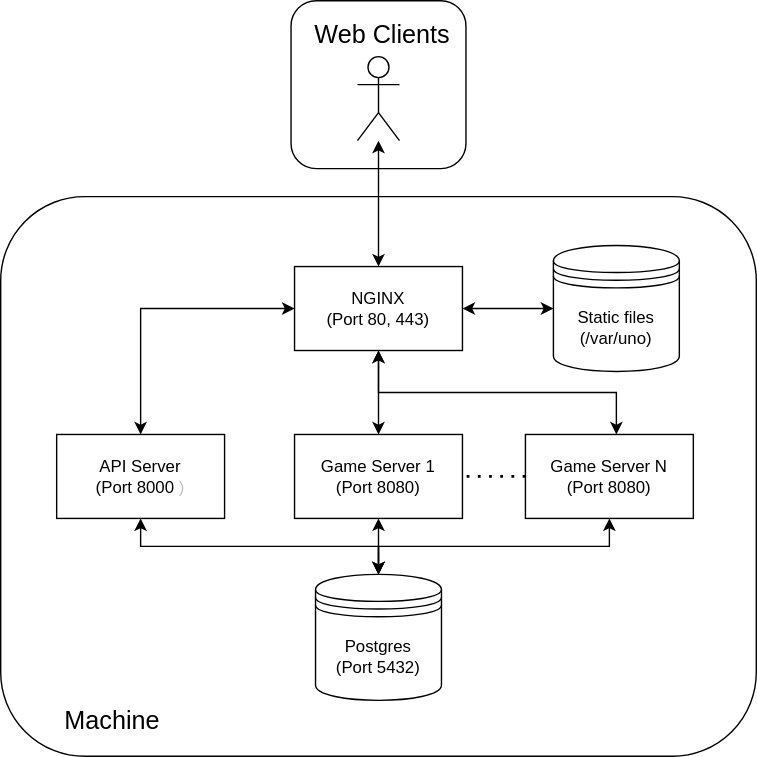
Above: docs/uno_arch.drawio.svg in olitroj/uno-online (draw.io), before the change. Source tidied: cells renumbered, new cells last; positions are measured from the earlier drawing's top-left corner, leaving out a move shared by most shapes.
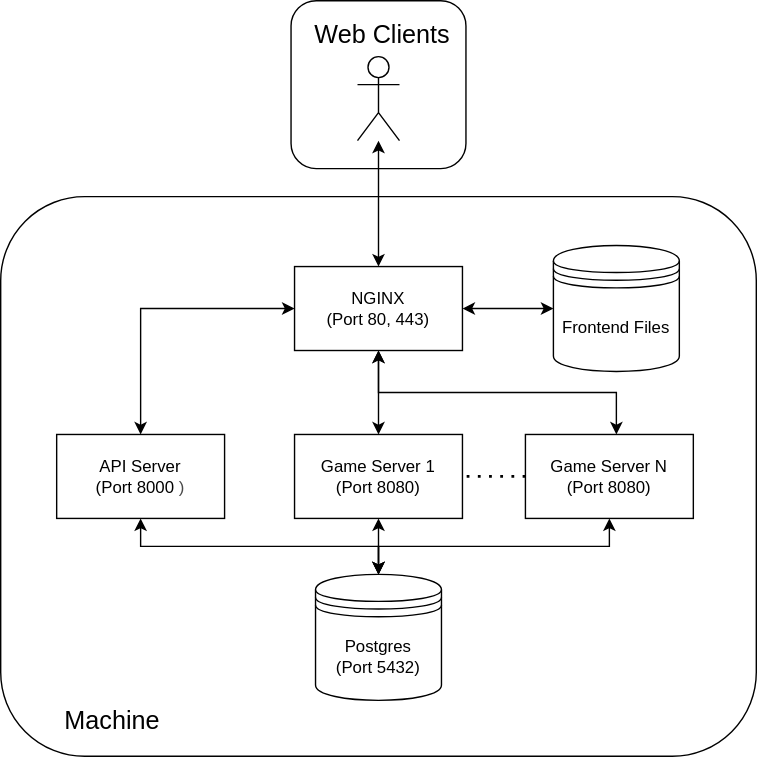
Later version of the same file.

What changed in the source:
```diff
@@ -39,7 +39,7 @@
         </Array>
       </mxGeometry>
     </mxCell>
-    <mxCell id="11" value="&lt;div&gt;API Server&lt;/div&gt;&lt;div&gt;(Port 8000&lt;span style=&quot;color: rgb(192, 192, 192); background-color: transparent;&quot;&gt;)&lt;/span&gt;&lt;/div&gt;" style="rounded=0;whiteSpace=wrap;html=1;" parent="1" vertex="1">
+    <mxCell id="11" value="&lt;div&gt;API Server&lt;/div&gt;&lt;div&gt;(Port 8000&lt;font color=&quot;#484848&quot;&gt;)&lt;/font&gt;&lt;/div&gt;" style="rounded=0;whiteSpace=wrap;html=1;" parent="1" vertex="1">
       <mxGeometry x="40" y="310" width="120" height="60" as="geometry" />
     </mxCell>
     <mxCell id="12" style="edgeStyle=orthogonalEdgeStyle;rounded=0;jettySize=auto;html=1;startArrow=classic;startFill=1;" parent="1" edge="1" source="13" target="17">
@@ -65,7 +65,7 @@
     <mxCell id="17" value="&lt;div&gt;Postgres&lt;/div&gt;(Port 5432)" style="shape=datastore;whiteSpace=wrap;html=1;" parent="1" vertex="1">
       <mxGeometry x="225" y="410" width="90" height="90" as="geometry" />
     </mxCell>
-    <mxCell id="18" value="&lt;div&gt;Static files&lt;/div&gt;&lt;div&gt;(/var/uno)&lt;/div&gt;" style="shape=datastore;whiteSpace=wrap;html=1;" parent="1" vertex="1">
+    <mxCell id="18" value="Frontend Files" style="shape=datastore;whiteSpace=wrap;html=1;" parent="1" vertex="1">
       <mxGeometry x="395" y="175" width="90" height="90" as="geometry" />
     </mxCell>
     <mxCell id="19" value="Machine" style="text;html=1;whiteSpace=wrap;strokeColor=none;fillColor=none;align=center;verticalAlign=middle;rounded=0;fontSize=18;" parent="1" vertex="1">
```
